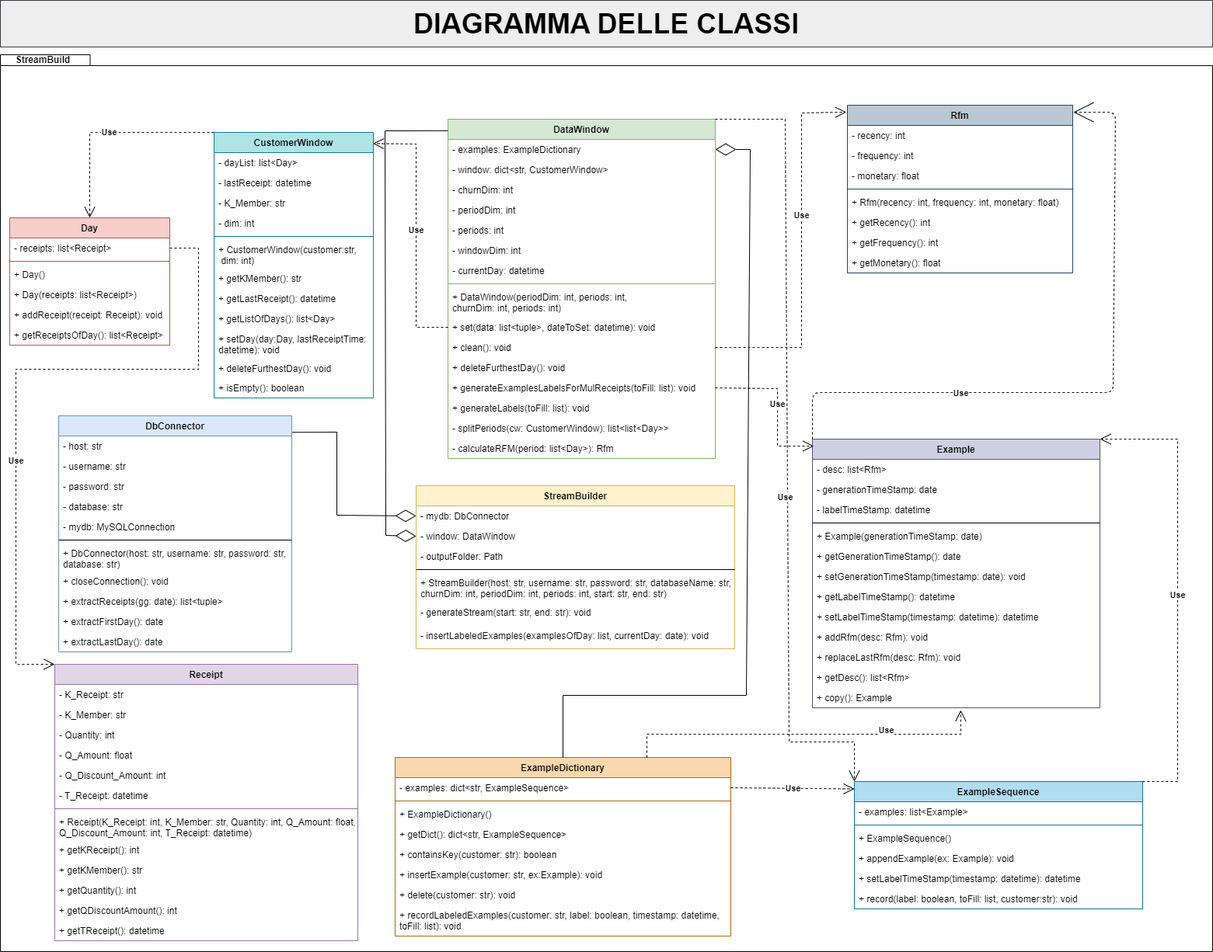
This is resources/Diagramma delle Classi.drawio.png from fralaw/rfm_stream_builder, a draw.io export, as it was before one commit. Source tidied: cells renumbered, new cells last; positions are measured from the earlier drawing's top-left corner, leaving out a move shared by most shapes.
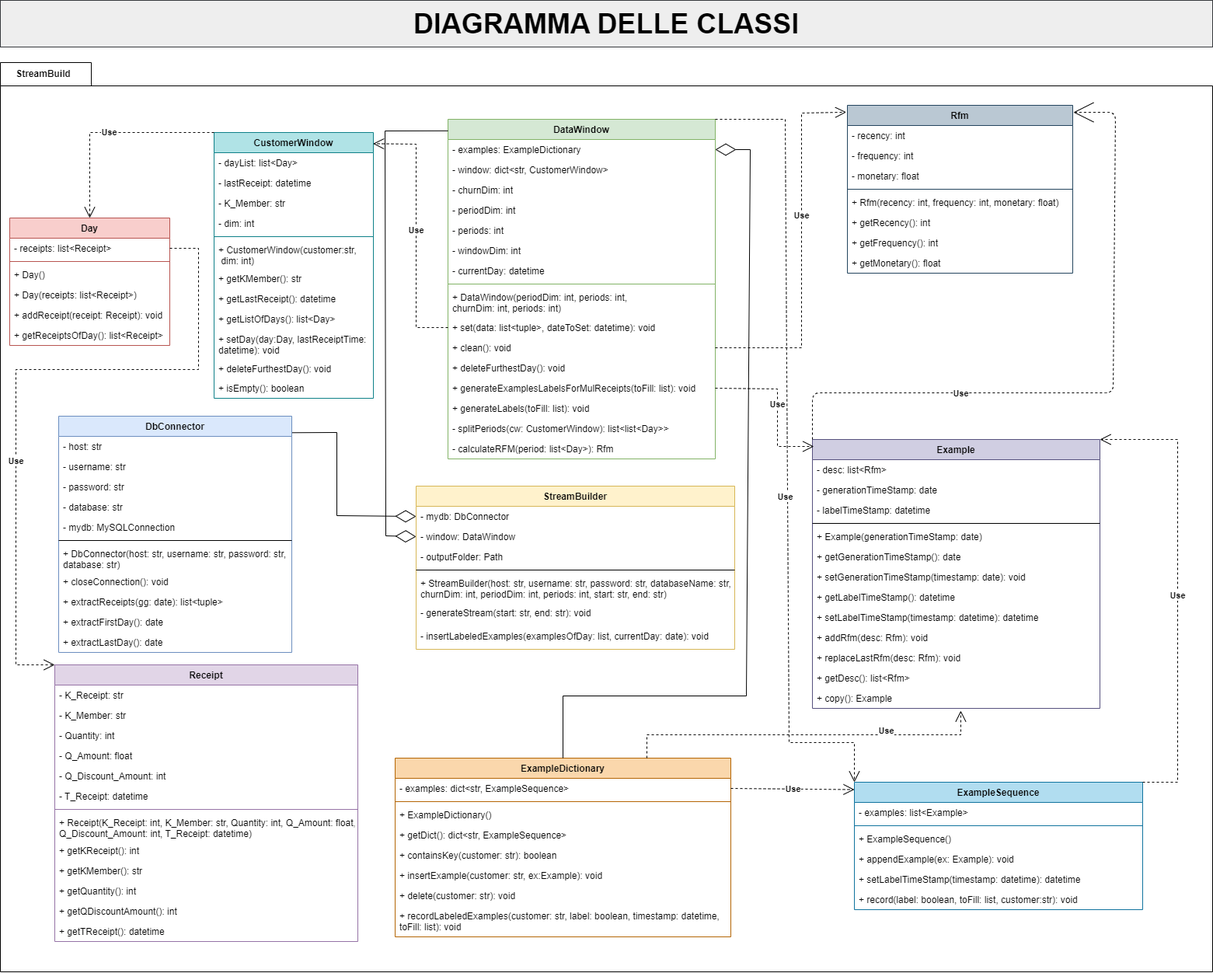
After the commit.

Commit message:
Creata prima bozza diagramma delle classi fase 2.

Change to the diagram source:
```diff
@@ -2,9 +2,14 @@
   <root>
     <mxCell id="0" />
     <mxCell id="1" parent="0" />
-    <mxCell id="2" style="shape=folder;fontStyle=1;spacingTop=10;tabWidth=40;tabHeight=14;tabPosition=left;html=1;" parent="1" vertex="1">
-      <mxGeometry y="70" width="1560" height="1155" as="geometry" />
-    </mxCell>
+    <mxCell id="47" value="StreamBuild" style="shape=folder;fontStyle=1;tabWidth=110;tabHeight=30;tabPosition=left;html=1;boundedLbl=1;labelInHeader=1;" parent="1" vertex="1">
+      <mxGeometry y="80" width="1560" height="1170" as="geometry" />
+    </mxCell>
+    <mxCell id="129" style="html=1;strokeColor=none;fillColor=none;" parent="47" vertex="1">
+      <mxGeometry width="1560" height="819" relative="1" as="geometry">
+        <mxPoint y="30" as="offset" />
+      </mxGeometry>
+    </mxCell>
     <mxCell id="3" value="DbConnector" style="swimlane;fontStyle=1;align=center;verticalAlign=top;horizontal=1;startSize=26;rounded=0;shadow=0;strokeWidth=1;fillColor=#dae8fc;strokeColor=#6c8ebf;" parent="1" vertex="1">
       <mxGeometry x="75" y="535" width="300" height="304" as="geometry" />
     </mxCell>
@@ -137,9 +142,6 @@
     <mxCell id="46" value="&lt;span style=&quot;font-size: 36px;&quot;&gt;&lt;b&gt;DIAGRAMMA DELLE CLASSI&lt;/b&gt;&lt;/span&gt;" style="rounded=0;whiteSpace=wrap;html=1;fillColor=#eeeeee;strokeColor=#36393d;" parent="1" vertex="1">
       <mxGeometry width="1560" height="60" as="geometry" />
     </mxCell>
-    <mxCell id="47" value="StreamBuild" style="text;align=center;fontStyle=1;verticalAlign=middle;spacingLeft=3;spacingRight=3;strokeColor=none;" parent="1" vertex="1">
-      <mxGeometry x="30" y="70" width="50" height="12" as="geometry" />
-    </mxCell>
     <mxCell id="48" value="DataWindow" style="swimlane;fontStyle=1;align=center;verticalAlign=top;horizontal=1;startSize=26;strokeColor=#82b366;fillColor=#d5e8d4;" parent="1" vertex="1">
       <mxGeometry x="576" y="153" width="344" height="437" as="geometry" />
     </mxCell>
```
